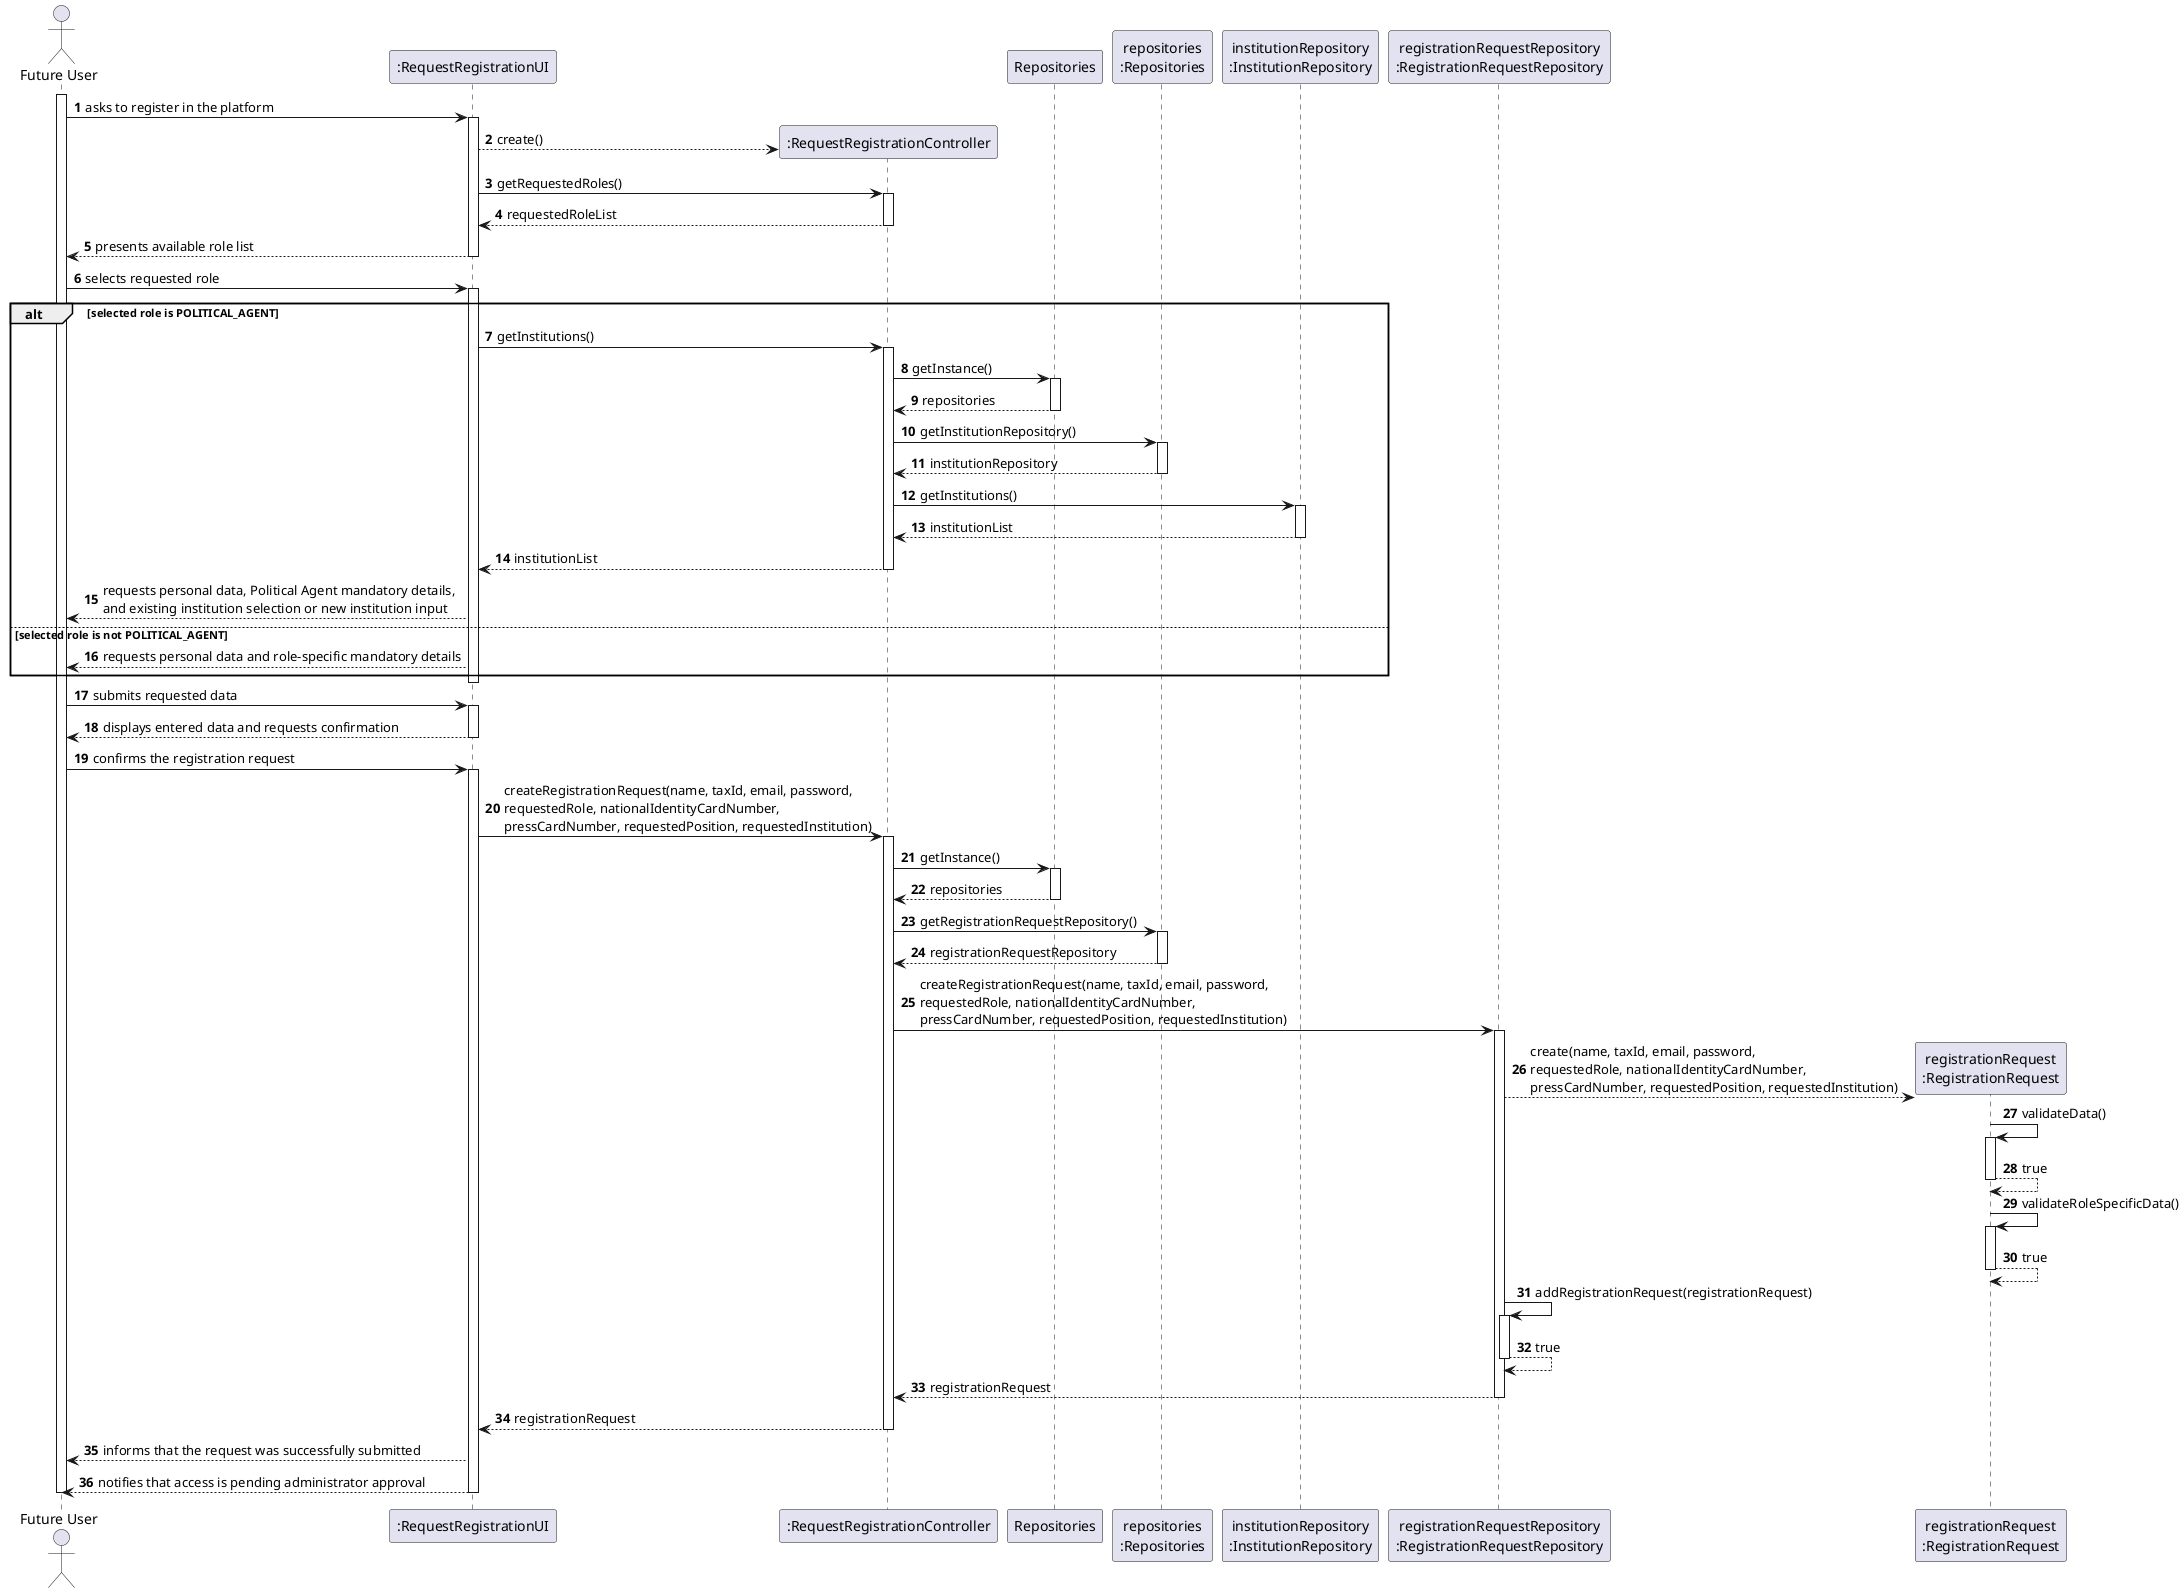
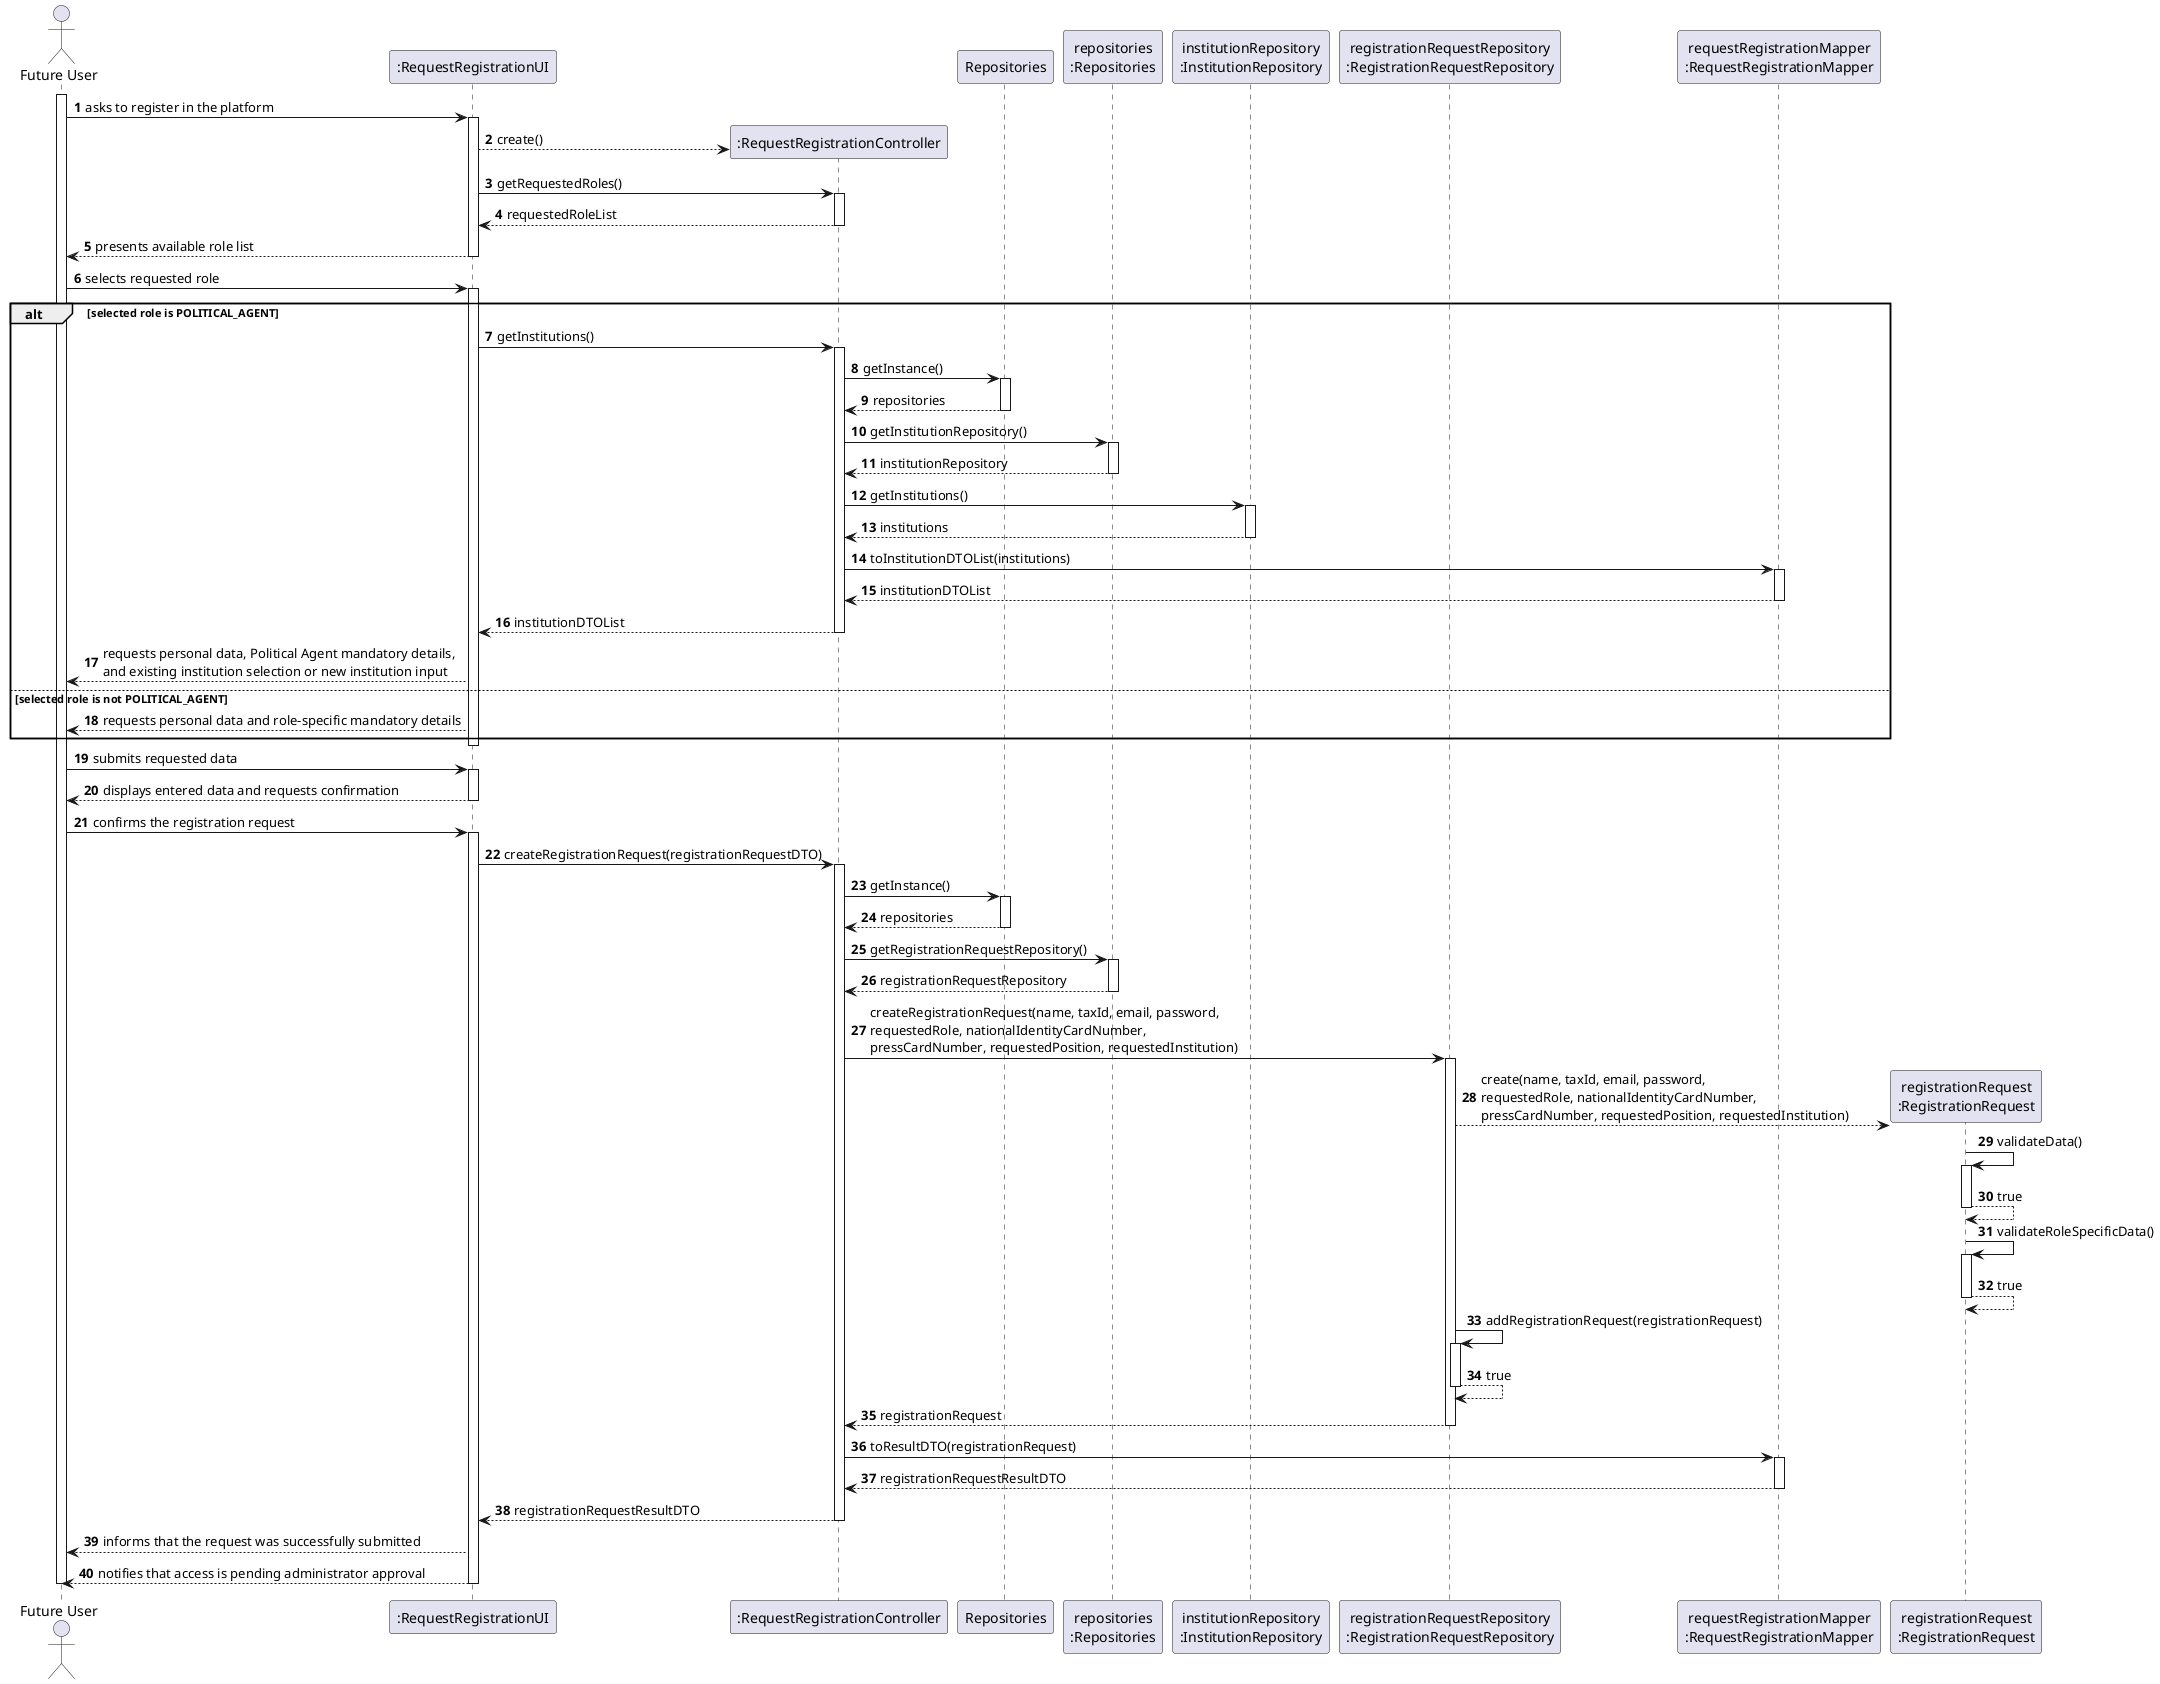
@startuml
'skinparam monochrome true
skinparam packageStyle rectangle
skinparam shadowing false

autonumber

'hide footbox
actor "Future User" as FUTURE_USER

participant ":RequestRegistrationUI" as UI
participant ":RequestRegistrationController" as CTRL
participant "Repositories" as REPOS
participant "repositories\n:Repositories" as REPOS_SINGLETON
participant "institutionRepository\n:InstitutionRepository" as INST_REPO
participant "registrationRequestRepository\n:RegistrationRequestRepository" as REQ_REPO
+ participant "requestRegistrationMapper\n:RequestRegistrationMapper" as MAPPER
participant "registrationRequest\n:RegistrationRequest" as REQ

activate FUTURE_USER

    FUTURE_USER -> UI : asks to register in the platform
    activate UI
        UI --> CTRL** : create()

        UI -> CTRL : getRequestedRoles()
        activate CTRL
            CTRL --> UI : requestedRoleList
        deactivate CTRL

        UI --> FUTURE_USER : presents available role list
    deactivate UI

    FUTURE_USER -> UI : selects requested role
    activate UI

        alt selected role is POLITICAL_AGENT

            UI -> CTRL : getInstitutions()
            activate CTRL
                CTRL -> REPOS : getInstance()
                activate REPOS
                    REPOS --> CTRL : repositories
                deactivate REPOS

                CTRL -> REPOS_SINGLETON : getInstitutionRepository()
                activate REPOS_SINGLETON
                    REPOS_SINGLETON --> CTRL : institutionRepository
                deactivate REPOS_SINGLETON

                CTRL -> INST_REPO : getInstitutions()
                activate INST_REPO
-                     INST_REPO --> CTRL : institutionList
+                     INST_REPO --> CTRL : institutions
                deactivate INST_REPO

-                 CTRL --> UI : institutionList
+                 CTRL -> MAPPER : toInstitutionDTOList(institutions)
+                 activate MAPPER
+                     MAPPER --> CTRL : institutionDTOList
+                 deactivate MAPPER
+ 
+                 CTRL --> UI : institutionDTOList
            deactivate CTRL

            UI --> FUTURE_USER : requests personal data, Political Agent mandatory details,\nand existing institution selection or new institution input

        else selected role is not POLITICAL_AGENT

            UI --> FUTURE_USER : requests personal data and role-specific mandatory details

        end

    deactivate UI

    FUTURE_USER -> UI : submits requested data
    activate UI
        UI --> FUTURE_USER : displays entered data and requests confirmation
    deactivate UI

    FUTURE_USER -> UI : confirms the registration request
    activate UI
-         UI -> CTRL : createRegistrationRequest(name, taxId, email, password,\nrequestedRole, nationalIdentityCardNumber,\npressCardNumber, requestedPosition, requestedInstitution)
+         UI -> CTRL : createRegistrationRequest(registrationRequestDTO)
        activate CTRL

            CTRL -> REPOS : getInstance()
            activate REPOS
                REPOS --> CTRL : repositories
            deactivate REPOS

            CTRL -> REPOS_SINGLETON : getRegistrationRequestRepository()
            activate REPOS_SINGLETON
                REPOS_SINGLETON --> CTRL : registrationRequestRepository
            deactivate REPOS_SINGLETON

            CTRL -> REQ_REPO : createRegistrationRequest(name, taxId, email, password,\nrequestedRole, nationalIdentityCardNumber,\npressCardNumber, requestedPosition, requestedInstitution)
            activate REQ_REPO

                REQ_REPO --> REQ** : create(name, taxId, email, password,\nrequestedRole, nationalIdentityCardNumber,\npressCardNumber, requestedPosition, requestedInstitution)

                REQ -> REQ : validateData()
                activate REQ
                    REQ --> REQ : true
                deactivate REQ

                REQ -> REQ : validateRoleSpecificData()
                activate REQ
                    REQ --> REQ : true
                deactivate REQ

                REQ_REPO -> REQ_REPO : addRegistrationRequest(registrationRequest)
                activate REQ_REPO
                    REQ_REPO --> REQ_REPO : true
                deactivate REQ_REPO

                REQ_REPO --> CTRL : registrationRequest
            deactivate REQ_REPO

-             CTRL --> UI : registrationRequest
+             CTRL -> MAPPER : toResultDTO(registrationRequest)
+             activate MAPPER
+                 MAPPER --> CTRL : registrationRequestResultDTO
+             deactivate MAPPER
+ 
+             CTRL --> UI : registrationRequestResultDTO
        deactivate CTRL

        UI --> FUTURE_USER : informs that the request was successfully submitted
        UI --> FUTURE_USER : notifies that access is pending administrator approval
    deactivate UI

deactivate FUTURE_USER

- @enduml+ @enduml
